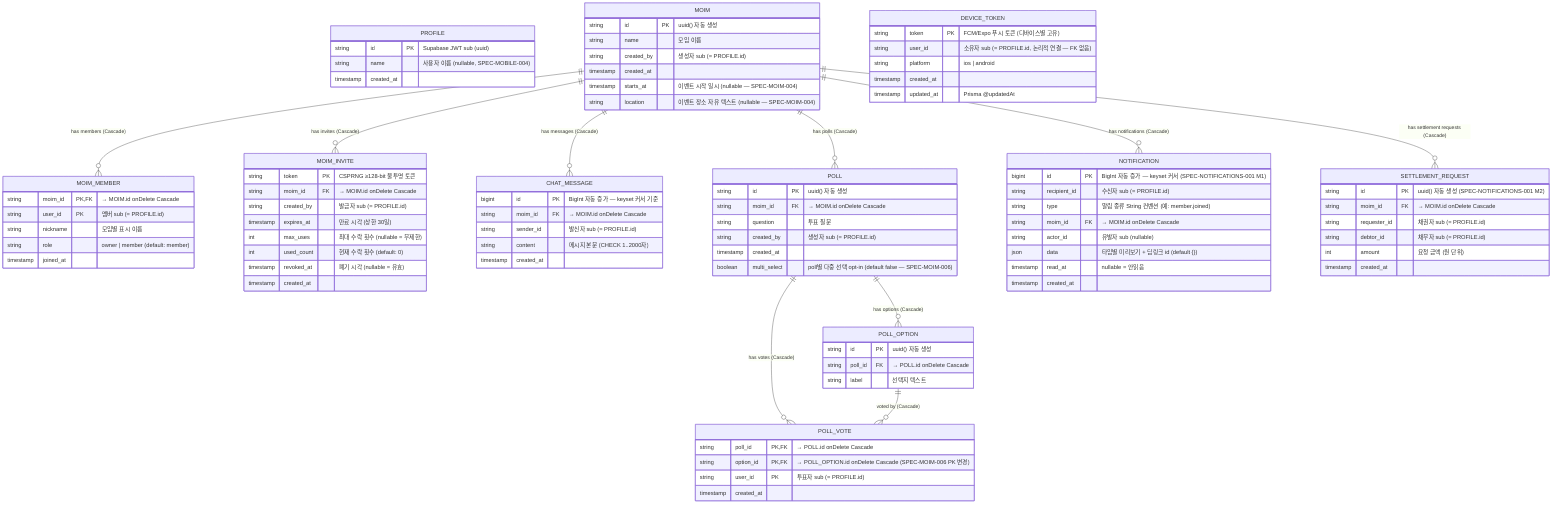
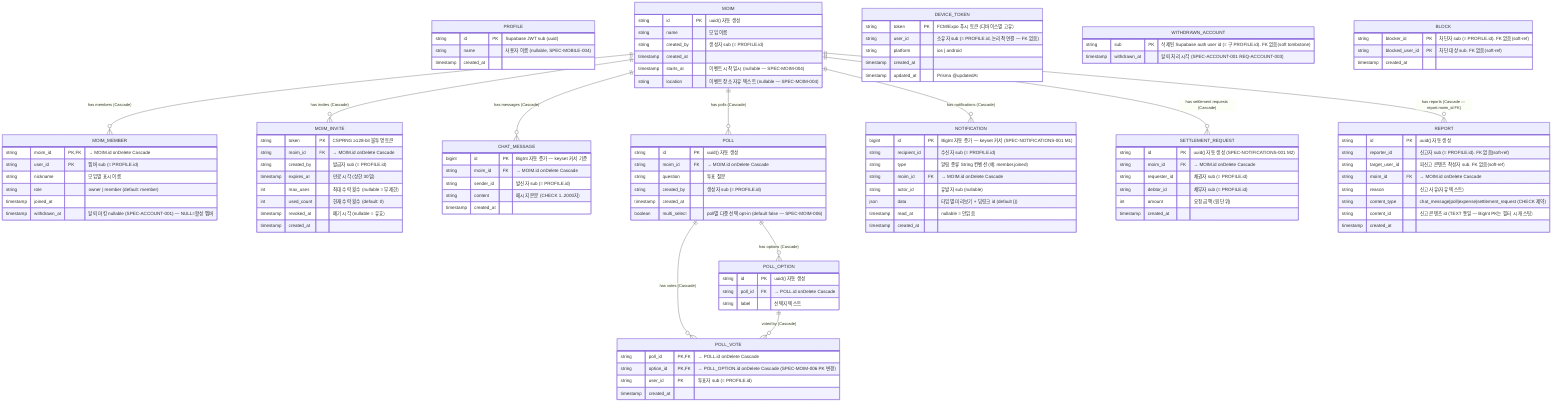
%% Mermaid ER diagram — 수동 갱신 (db.yaml auto-sync 비활성)
%% 기준: apps/backend/prisma/schema.prisma + 마이그레이션 파일
- %% 최종 갱신: 2026-07-02 (SPEC-NOTIFICATIONS-001 sync — NOTIFICATION + SETTLEMENT_REQUEST 엔티티 추가)
+ %% 최종 갱신: 2026-07-03 (SPEC-SAFETY-001/SPEC-ACCOUNT-001 sync — BLOCK + REPORT + WITHDRAWN_ACCOUNT 엔티티 추가, MOIM_MEMBER.withdrawn_at 추가)
erDiagram
    PROFILE {
        string id PK "Supabase JWT sub (uuid)"
        string name "사용자 이름 (nullable, SPEC-MOBILE-004)"
        timestamp created_at
    }

    MOIM {
        string id PK "uuid() 자동 생성"
        string name "모임 이름"
        string created_by "생성자 sub (= PROFILE.id)"
        timestamp created_at
        timestamp starts_at "이벤트 시작 일시 (nullable — SPEC-MOIM-004)"
        string location "이벤트 장소 자유 텍스트 (nullable — SPEC-MOIM-004)"
    }

    MOIM_MEMBER {
        string moim_id PK,FK "→ MOIM.id onDelete Cascade"
        string user_id PK "멤버 sub (= PROFILE.id)"
        string nickname "모임별 표시 이름"
        string role "owner | member (default: member)"
        timestamp joined_at
+         timestamp withdrawn_at "탈퇴 마킹 nullable (SPEC-ACCOUNT-001) — NULL=활성 멤버"
    }

    MOIM_INVITE {
        string token PK "CSPRNG ≥128-bit 불투명 토큰"
        string moim_id FK "→ MOIM.id onDelete Cascade"
        string created_by "발급자 sub (= PROFILE.id)"
        timestamp expires_at "만료 시각 (상한 30일)"
        int max_uses "최대 수락 횟수 (nullable = 무제한)"
        int used_count "현재 수락 횟수 (default: 0)"
        timestamp revoked_at "폐기 시각 (nullable = 유효)"
        timestamp created_at
    }

    CHAT_MESSAGE {
        bigint id PK "BigInt 자동 증가 — keyset 커서 기준"
        string moim_id FK "→ MOIM.id onDelete Cascade"
        string sender_id "발신자 sub (= PROFILE.id)"
        string content "메시지 본문 (CHECK 1..2000자)"
        timestamp created_at
    }

    DEVICE_TOKEN {
        string token PK "FCM/Expo 푸시 토큰 (디바이스별 고유)"
        string user_id "소유자 sub (= PROFILE.id, 논리적 연결 — FK 없음)"
        string platform "ios | android"
        timestamp created_at
        timestamp updated_at "Prisma @updatedAt"
    }

    POLL {
        string id PK "uuid() 자동 생성"
        string moim_id FK "→ MOIM.id onDelete Cascade"
        string question "투표 질문"
        string created_by "생성자 sub (= PROFILE.id)"
        timestamp created_at
        boolean multi_select "poll별 다중 선택 opt-in (default false — SPEC-MOIM-006)"
    }

    POLL_OPTION {
        string id PK "uuid() 자동 생성"
        string poll_id FK "→ POLL.id onDelete Cascade"
        string label "선택지 텍스트"
    }

    POLL_VOTE {
        string poll_id PK,FK "→ POLL.id onDelete Cascade"
        string option_id PK,FK "→ POLL_OPTION.id onDelete Cascade (SPEC-MOIM-006 PK 변경)"
        string user_id PK "투표자 sub (= PROFILE.id)"
        timestamp created_at
    }

    NOTIFICATION {
        bigint id PK "BigInt 자동 증가 — keyset 커서 (SPEC-NOTIFICATIONS-001 M1)"
        string recipient_id "수신자 sub (= PROFILE.id)"
        string type "알림 종류 String 컨벤션 (예: member.joined)"
        string moim_id FK "→ MOIM.id onDelete Cascade"
        string actor_id "유발자 sub (nullable)"
        json data "타입별 미리보기 + 딥링크 id (default {})"
        timestamp read_at "nullable = 안읽음"
        timestamp created_at
    }

    SETTLEMENT_REQUEST {
        string id PK "uuid() 자동 생성 (SPEC-NOTIFICATIONS-001 M2)"
        string moim_id FK "→ MOIM.id onDelete Cascade"
        string requester_id "채권자 sub (= PROFILE.id)"
        string debtor_id "채무자 sub (= PROFILE.id)"
        int amount "요청 금액 (원 단위)"
        timestamp created_at
    }

+     WITHDRAWN_ACCOUNT {
+         string sub PK "삭제된 Supabase auth user id (= 구 PROFILE.id). FK 없음(soft tombstone)"
+         timestamp withdrawn_at "탈퇴 처리 시각 (SPEC-ACCOUNT-001 REQ-ACCOUNT-003)"
+     }
+ 
+     BLOCK {
+         string blocker_id PK "차단자 sub (= PROFILE.id). FK 없음(soft-ref)"
+         string blocked_user_id PK "차단 대상 sub. FK 없음(soft-ref)"
+         timestamp created_at
+     }
+ 
+     REPORT {
+         string id PK "uuid() 자동 생성"
+         string reporter_id "신고자 sub (= PROFILE.id). FK 없음(soft-ref)"
+         string target_user_id "피신고 콘텐츠 작성자 sub. FK 없음(soft-ref)"
+         string moim_id FK "→ MOIM.id onDelete Cascade"
+         string reason "신고 사유(자유 텍스트)"
+         string content_type "chat_message|poll|expense|settlement_request (CHECK 제약)"
+         string content_id "신고 콘텐츠 id (TEXT 통일 — BigInt PK는 필터 시 캐스팅)"
+         timestamp created_at
+     }
+ 
    MOIM ||--o{ MOIM_MEMBER : "has members (Cascade)"
    MOIM ||--o{ MOIM_INVITE : "has invites (Cascade)"
    MOIM ||--o{ CHAT_MESSAGE : "has messages (Cascade)"
    MOIM ||--o{ POLL : "has polls (Cascade)"
    POLL ||--o{ POLL_OPTION : "has options (Cascade)"
    POLL ||--o{ POLL_VOTE : "has votes (Cascade)"
    POLL_OPTION ||--o{ POLL_VOTE : "voted by (Cascade)"
    MOIM ||--o{ NOTIFICATION : "has notifications (Cascade)"
    MOIM ||--o{ SETTLEMENT_REQUEST : "has settlement requests (Cascade)"
+     MOIM ||--o{ REPORT : "has reports (Cascade — report.moim_id FK)"
